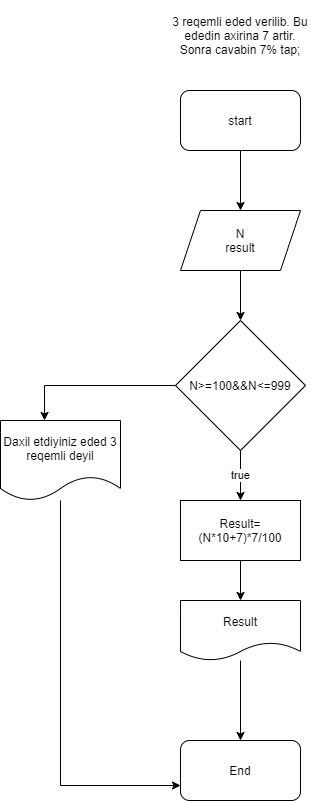
Before: P512-ITP-Lesson-3/Homework/task1_4/task1_4.drawio.png, a diagram exported from draw.io (Aygunaab/P512-homework). Source tidied: cells renumbered, new cells last; positions are measured from the earlier drawing's top-left corner, leaving out a move shared by most shapes.
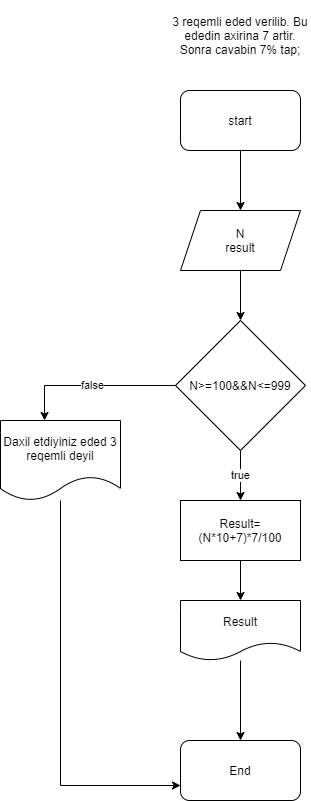
Above is the later version.

Change to the diagram source:
```diff
@@ -20,7 +20,7 @@
     <mxCell id="7" value="true" style="edgeStyle=orthogonalEdgeStyle;rounded=0;jettySize=auto;html=1;entryX=0.5;entryY=0;entryDx=0;entryDy=0;" parent="1" edge="1" source="9" target="11">
       <mxGeometry relative="1" as="geometry" />
     </mxCell>
-    <mxCell id="8" style="edgeStyle=orthogonalEdgeStyle;rounded=0;jettySize=auto;html=1;entryX=0.367;entryY=0;entryDx=0;entryDy=0;entryPerimeter=0;" parent="1" edge="1" source="9" target="16">
+    <mxCell id="8" value="false" style="edgeStyle=orthogonalEdgeStyle;rounded=0;jettySize=auto;html=1;entryX=0.367;entryY=0;entryDx=0;entryDy=0;entryPerimeter=0;" parent="1" edge="1" source="9" target="16">
       <mxGeometry relative="1" as="geometry" />
     </mxCell>
     <mxCell id="9" value="N&amp;gt;=100&amp;amp;&amp;amp;N&amp;lt;=999" style="rhombus;whiteSpace=wrap;html=1;" parent="1" vertex="1">
```
